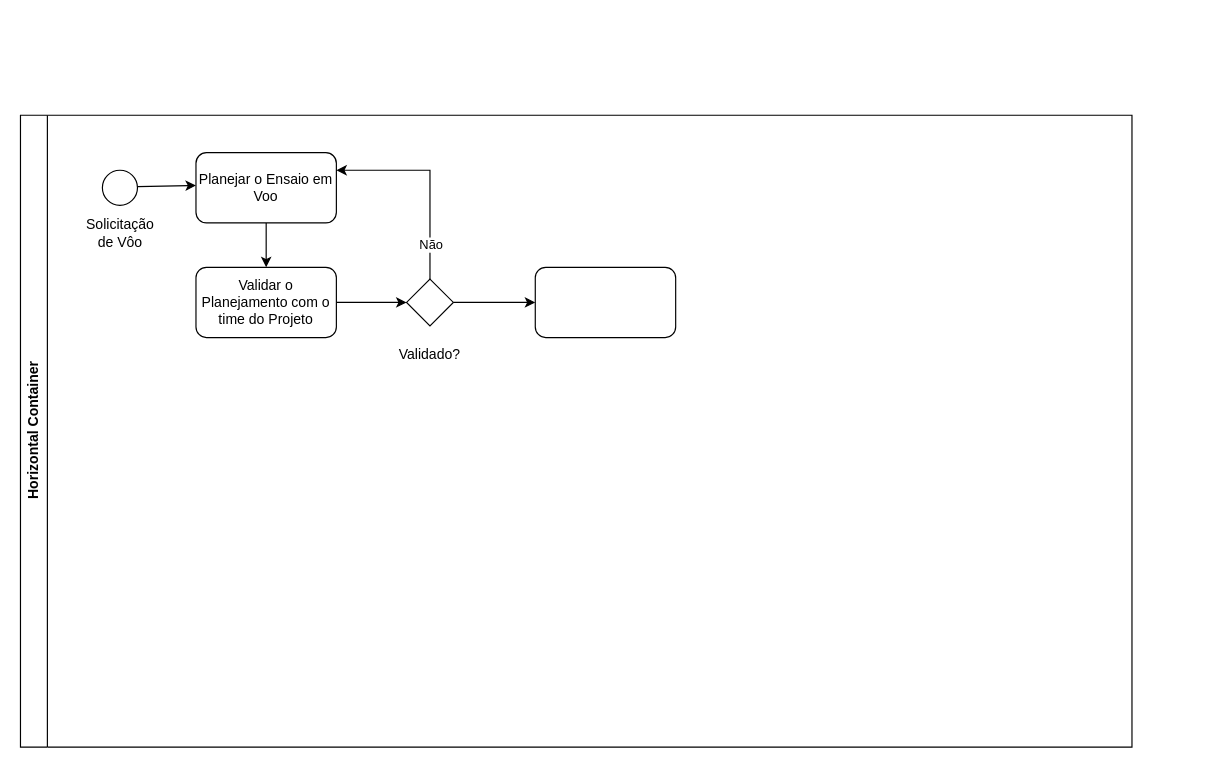
Earlier version of the draw.io diagram Ensaios em Voo.drawio (Karennc0/XMOBOTS). Source tidied: cells renumbered, new cells numbered last; positions are measured from the earlier drawing's top-left corner, leaving out a move shared by most shapes. Both pictures are drawn from the tidied source at 117%, with x=0, y=0 at pixel (20, 115).
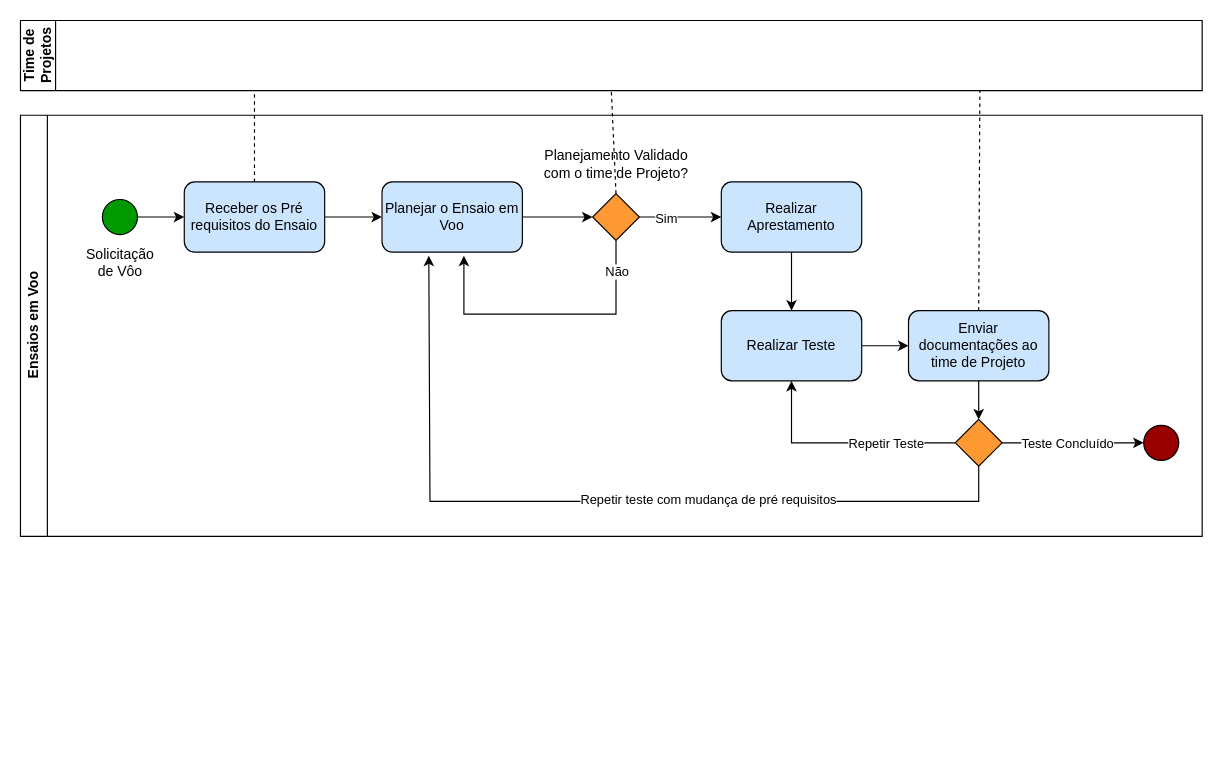
The same page after the edit.

The change refers to these unchanged cells:
```xml
<mxCell id="12" style="edgeStyle=orthogonalEdgeStyle;rounded=0;jettySize=auto;html=1;entryX=0;entryY=0.5;entryDx=0;entryDy=0;" parent="2" edge="1" source="13" target="15">
  <mxGeometry relative="1" as="geometry" />
</mxCell>
```

The edit, as a diff of the source:
```diff
@@
-    <mxCell id="2" value="Horizontal Container" style="swimlane;horizontal=0;whiteSpace=wrap;html=1;" parent="1" vertex="1">
-      <mxGeometry width="950" height="540" as="geometry" />
+    <mxCell id="2" value="Ensaios em Voo" style="swimlane;horizontal=0;whiteSpace=wrap;html=1;" parent="1" vertex="1">
+      <mxGeometry width="1010" height="360" as="geometry" />
     </mxCell>
-    <mxCell id="3" style="edgeStyle=orthogonalEdgeStyle;rounded=0;jettySize=auto;html=1;" parent="2" edge="1" source="4" target="9">
+    <mxCell id="3" style="edgeStyle=orthogonalEdgeStyle;rounded=0;jettySize=auto;html=1;entryX=0;entryY=0.5;entryDx=0;entryDy=0;" parent="2" edge="1" source="4" target="13">
       <mxGeometry relative="1" as="geometry" />
     </mxCell>
-    <mxCell id="4" value="Planejar o Ensaio em Voo" style="rounded=1;whiteSpace=wrap;html=1;" parent="2" vertex="1">
-      <mxGeometry x="150" y="32" width="120" height="60" as="geometry" />
+    <mxCell id="4" value="Planejar o Ensaio em Voo" style="rounded=1;whiteSpace=wrap;html=1;fillColor=#CCE5FF;" parent="2" vertex="1">
+      <mxGeometry x="309" y="57" width="120" height="60" as="geometry" />
     </mxCell>
+    <mxCell id="16" style="edgeStyle=orthogonalEdgeStyle;rounded=0;jettySize=auto;html=1;entryX=0;entryY=0.5;entryDx=0;entryDy=0;" parent="2" edge="1" source="5" target="32">
+      <mxGeometry relative="1" as="geometry" />
+    </mxCell>
-    <mxCell id="5" style="ellipse;whiteSpace=wrap;html=1;" parent="2" vertex="1">
-      <mxGeometry x="70" y="47" width="30" height="30" as="geometry" />
+    <mxCell id="5" style="ellipse;whiteSpace=wrap;html=1;fillColor=#009900;" parent="2" vertex="1">
+      <mxGeometry x="70" y="72" width="30" height="30" as="geometry" />
     </mxCell>
-    <mxCell id="6" style="endArrow=classic;html=1;rounded=0;" parent="2" edge="1">
-      <mxGeometry relative="1" as="geometry">
-        <mxPoint x="100" y="61" as="sourcePoint" />
-        <mxPoint x="150" y="60" as="targetPoint" />
-      </mxGeometry>
-    </mxCell>
     <mxCell id="7" value="Solicitação de Vôo" style="text;html=1;strokeColor=none;fillColor=none;align=center;verticalAlign=middle;whiteSpace=wrap;rounded=0;" parent="2" vertex="1">
-      <mxGeometry x="52.5" y="92" width="65" height="18" as="geometry" />
+      <mxGeometry x="52.5" y="117" width="65" height="18" as="geometry" />
     </mxCell>
-    <mxCell id="8" style="edgeStyle=orthogonalEdgeStyle;rounded=0;jettySize=auto;html=1;entryX=0;entryY=0.5;entryDx=0;entryDy=0;" parent="2" edge="1" source="9" target="13">
-      <mxGeometry relative="1" as="geometry" />
-    </mxCell>
-    <mxCell id="9" value="Validar o Planejamento com o time do Projeto" style="rounded=1;whiteSpace=wrap;html=1;" parent="2" vertex="1">
-      <mxGeometry x="150" y="130" width="120" height="60" as="geometry" />
-    </mxCell>
-    <mxCell id="10" style="edgeStyle=orthogonalEdgeStyle;rounded=0;jettySize=auto;html=1;entryX=1;entryY=0.25;entryDx=0;entryDy=0;exitX=0.5;exitY=0;exitDx=0;exitDy=0;" parent="2" edge="1" source="13" target="4">
+    <mxCell id="10" style="edgeStyle=orthogonalEdgeStyle;rounded=0;jettySize=auto;html=1;exitX=0.5;exitY=1;exitDx=0;exitDy=0;" parent="2" edge="1" source="13">
       <mxGeometry relative="1" as="geometry">
+        <mxPoint x="379" y="120" as="targetPoint" />
         <Array as="points">
-          <mxPoint x="350" y="47" />
+          <mxPoint x="509" y="170" />
+          <mxPoint x="379" y="170" />
         </Array>
       </mxGeometry>
     </mxCell>
     <mxCell id="11" value="Não" style="edgeLabel;html=1;align=center;verticalAlign=middle;" parent="10" vertex="1">
       <mxGeometry x="-0.6" y="-2" relative="1" as="geometry">
-        <mxPoint x="-2" y="5" as="offset" />
+        <mxPoint x="2" y="-23" as="offset" />
       </mxGeometry>
     </mxCell>
@@
+    <mxCell id="17" value="Sim" style="edgeLabel;html=1;align=center;verticalAlign=middle;" parent="12" vertex="1">
+      <mxGeometry x="-0.38" y="-1" relative="1" as="geometry" />
+    </mxCell>
-    <mxCell id="13" style="rhombus;whiteSpace=wrap;html=1;" parent="2" vertex="1">
-      <mxGeometry x="330" y="140" width="40" height="40" as="geometry" />
+    <mxCell id="13" style="rhombus;whiteSpace=wrap;html=1;fillColor=#FF9933;" parent="2" vertex="1">
+      <mxGeometry x="489" y="67" width="40" height="40" as="geometry" />
     </mxCell>
-    <mxCell id="14" value="Validado?" style="text;html=1;strokeColor=none;fillColor=none;align=center;verticalAlign=middle;whiteSpace=wrap;rounded=0;" parent="2" vertex="1">
-      <mxGeometry x="320" y="190" width="60" height="30" as="geometry" />
+    <mxCell id="14" value="Planejamento Validado com o time de Projeto?" style="text;html=1;strokeColor=none;fillColor=none;align=center;verticalAlign=middle;whiteSpace=wrap;rounded=0;" parent="2" vertex="1">
+      <mxGeometry x="434.5" y="27" width="149" height="30" as="geometry" />
     </mxCell>
+    <mxCell id="18" style="edgeStyle=orthogonalEdgeStyle;rounded=0;jettySize=auto;html=1;fillColor=#CCE5FF;" parent="2" edge="1" source="15" target="20">
+      <mxGeometry relative="1" as="geometry" />
+    </mxCell>
-    <mxCell id="15" style="rounded=1;whiteSpace=wrap;html=1;" parent="2" vertex="1">
-      <mxGeometry x="440" y="130" width="120" height="60" as="geometry" />
+    <mxCell id="15" value="Realizar Aprestamento" style="rounded=1;whiteSpace=wrap;html=1;fillColor=#CCE5FF;" parent="2" vertex="1">
+      <mxGeometry x="599" y="57" width="120" height="60" as="geometry" />
     </mxCell>
+    <mxCell id="19" style="edgeStyle=orthogonalEdgeStyle;rounded=0;jettySize=auto;html=1;fillColor=#CCE5FF;" parent="2" edge="1" source="20" target="22">
+      <mxGeometry relative="1" as="geometry" />
+    </mxCell>
+    <mxCell id="20" value="Realizar Teste" style="whiteSpace=wrap;html=1;rounded=1;fillColor=#CCE5FF;" parent="2" vertex="1">
+      <mxGeometry x="599" y="167" width="120" height="60" as="geometry" />
+    </mxCell>
+    <mxCell id="21" style="edgeStyle=orthogonalEdgeStyle;rounded=0;jettySize=auto;html=1;" parent="2" edge="1" source="22" target="29">
+      <mxGeometry relative="1" as="geometry" />
+    </mxCell>
+    <mxCell id="22" value="Enviar documentações ao time de Projeto" style="whiteSpace=wrap;html=1;rounded=1;fillColor=#CCE5FF;" parent="2" vertex="1">
+      <mxGeometry x="759" y="167" width="120" height="60" as="geometry" />
+    </mxCell>
+    <mxCell id="23" style="edgeStyle=orthogonalEdgeStyle;rounded=0;jettySize=auto;html=1;entryX=0.5;entryY=1;entryDx=0;entryDy=0;" parent="2" edge="1" source="29" target="20">
+      <mxGeometry relative="1" as="geometry" />
+    </mxCell>
+    <mxCell id="24" value="Repetir Teste" style="edgeLabel;html=1;align=center;verticalAlign=middle;" parent="23" vertex="1">
+      <mxGeometry x="-0.1" y="-1" relative="1" as="geometry">
+        <mxPoint x="27" y="1" as="offset" />
+      </mxGeometry>
+    </mxCell>
+    <mxCell id="25" style="edgeStyle=orthogonalEdgeStyle;rounded=0;jettySize=auto;html=1;exitX=0.5;exitY=1;exitDx=0;exitDy=0;" parent="2" edge="1" source="29">
+      <mxGeometry relative="1" as="geometry">
+        <mxPoint x="349" y="120" as="targetPoint" />
+        <Array as="points">
+          <mxPoint x="819" y="330" />
+          <mxPoint x="350" y="330" />
+        </Array>
+      </mxGeometry>
+    </mxCell>
+    <mxCell id="26" value="Repetir teste com mudança de pré requisitos" style="edgeLabel;html=1;align=center;verticalAlign=middle;" parent="25" vertex="1">
+      <mxGeometry x="-0.26" y="-2" relative="1" as="geometry" />
+    </mxCell>
+    <mxCell id="27" style="edgeStyle=orthogonalEdgeStyle;rounded=0;jettySize=auto;html=1;" parent="2" edge="1" source="29" target="30">
+      <mxGeometry relative="1" as="geometry" />
+    </mxCell>
+    <mxCell id="28" value="Teste Concluído" style="edgeLabel;html=1;align=center;verticalAlign=middle;" parent="27" vertex="1">
+      <mxGeometry x="-0.41" y="-3" relative="1" as="geometry">
+        <mxPoint x="19" y="-3" as="offset" />
+      </mxGeometry>
+    </mxCell>
+    <mxCell id="29" style="rhombus;whiteSpace=wrap;html=1;fillColor=#FF9933;" parent="2" vertex="1">
+      <mxGeometry x="799" y="260" width="40" height="40" as="geometry" />
+    </mxCell>
+    <mxCell id="30" style="ellipse;whiteSpace=wrap;html=1;fillColor=#990000;" parent="2" vertex="1">
+      <mxGeometry x="960" y="265" width="30" height="30" as="geometry" />
+    </mxCell>
+    <mxCell id="31" style="edgeStyle=orthogonalEdgeStyle;rounded=0;jettySize=auto;html=1;entryX=0;entryY=0.5;entryDx=0;entryDy=0;fillColor=#CCE5FF;" parent="2" edge="1" source="32" target="4">
+      <mxGeometry relative="1" as="geometry" />
+    </mxCell>
+    <mxCell id="32" value="Receber os Pré requisitos do Ensaio" style="rounded=1;whiteSpace=wrap;html=1;fillColor=#CCE5FF;" parent="2" vertex="1">
+      <mxGeometry x="140" y="57" width="120" height="60" as="geometry" />
+    </mxCell>
+    <mxCell id="33" style="endArrow=none;dashed=1;html=1;rounded=0;exitX=0.5;exitY=0;exitDx=0;exitDy=0;" parent="2" edge="1" source="22">
+      <mxGeometry relative="1" as="geometry">
+        <mxPoint x="820" y="-21" as="targetPoint" />
+      </mxGeometry>
+    </mxCell>
+    <mxCell id="34" value="Time de Projetos" style="swimlane;horizontal=0;whiteSpace=wrap;html=1;startSize=30;" parent="1" vertex="1">
+      <mxGeometry y="-81" width="1010" height="60" as="geometry" />
+    </mxCell>
+    <mxCell id="35" style="endArrow=none;dashed=1;html=1;rounded=0;exitX=0.5;exitY=0;exitDx=0;exitDy=0;" parent="34" edge="1" source="32">
+      <mxGeometry relative="1" as="geometry">
+        <mxPoint x="200" y="60" as="targetPoint" />
+      </mxGeometry>
+    </mxCell>
+    <mxCell id="36" style="endArrow=none;dashed=1;html=1;rounded=0;exitX=0.5;exitY=0;exitDx=0;exitDy=0;entryX=0.5;entryY=1;entryDx=0;entryDy=0;" parent="1" edge="1" source="13" target="34">
+      <mxGeometry relative="1" as="geometry" />
+    </mxCell>
```
